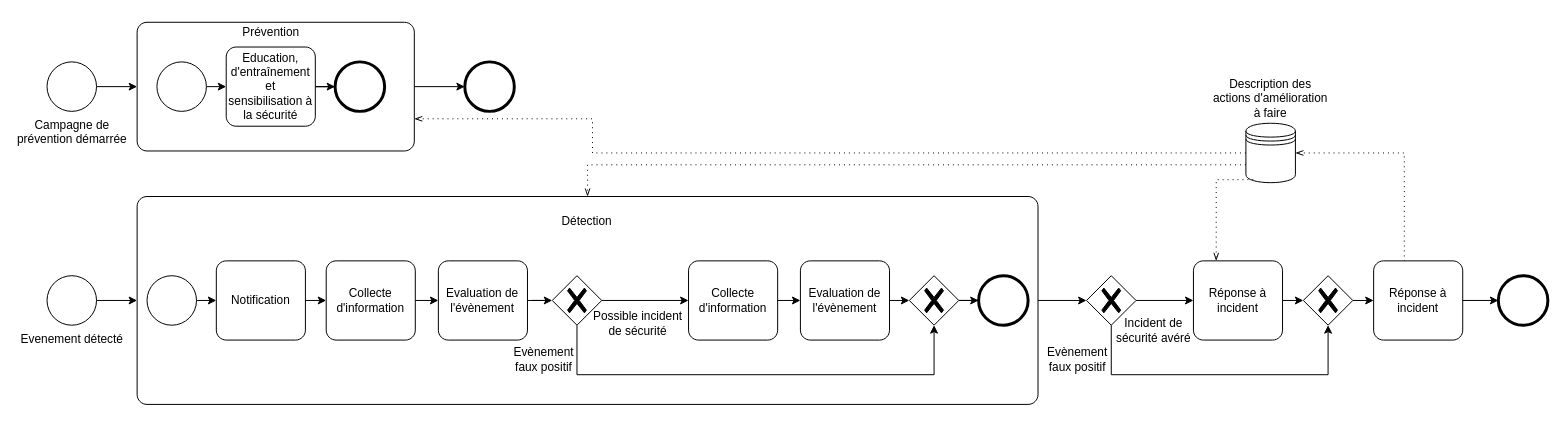
The draw.io diagram standards/ISO27035.drawio in netmme/cyber-diagramme-d-activites, before the edit. Source tidied: cells renumbered, new cells numbered last; positions are measured from the earlier drawing's top-left corner, leaving out a move shared by most shapes. Both pictures are drawn from the tidied source at 99%, with x=0, y=0 at pixel (47, 17).
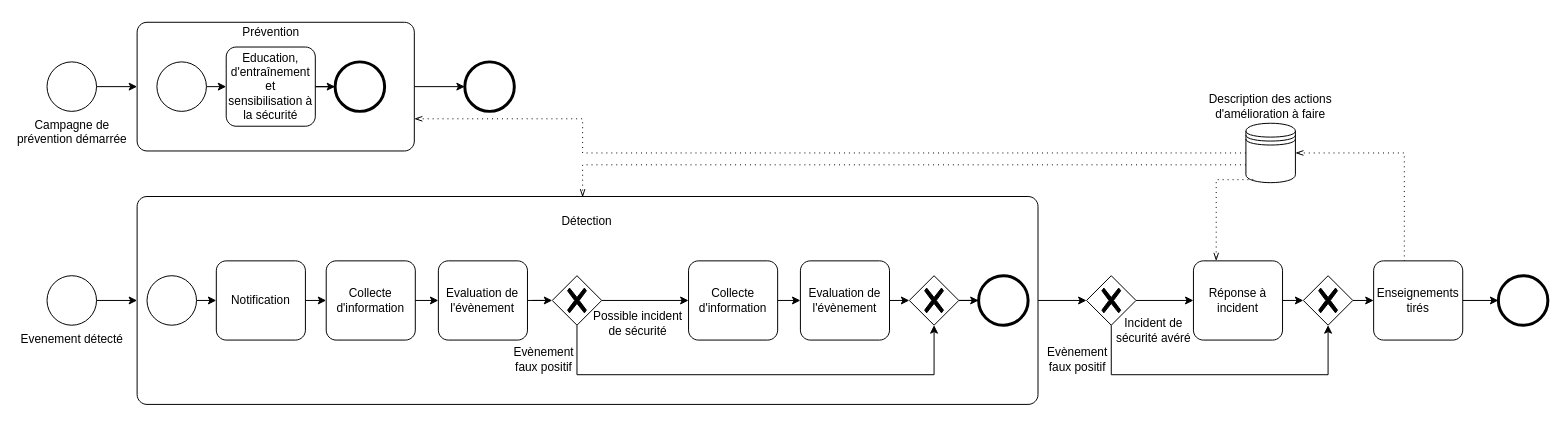
The same diagram, later.

The change refers to these unchanged cells:
```xml
<mxCell id="3" style="points=[[0.25,0,0],[0.5,0,0],[0.75,0,0],[1,0.25,0],[1,0.5,0],[1,0.75,0],[0.75,1,0],[0.5,1,0],[0.25,1,0],[0,0.75,0],[0,0.5,0],[0,0.25,0]];shape=mxgraph.bpmn.task;whiteSpace=wrap;rectStyle=rounded;size=10;html=1;taskMarker=abstract;" parent="1" vertex="1">
  <mxGeometry x="91" y="5" width="280" height="130" as="geometry" />
</mxCell>
<mxCell id="5" style="points=[[0.25,0,0],[0.5,0,0],[0.75,0,0],[1,0.25,0],[1,0.5,0],[1,0.75,0],[0.75,1,0],[0.5,1,0],[0.25,1,0],[0,0.75,0],[0,0.5,0],[0,0.25,0]];shape=mxgraph.bpmn.task;whiteSpace=wrap;rectStyle=rounded;size=10;html=1;taskMarker=abstract;" parent="1" vertex="1">
  <mxGeometry x="91" y="181" width="910" height="210" as="geometry" />
</mxCell>
<mxCell id="40" style="shape=datastore;html=1;labelPosition=center;verticalLabelPosition=bottom;align=center;verticalAlign=top;" parent="1" vertex="1">
  <mxGeometry x="1211" y="107" width="50" height="60" as="geometry" />
</mxCell>
```

What changed in the source:
```diff
@@
-    <mxCell id="42" style="edgeStyle=elbowEdgeStyle;fontSize=12;html=1;endFill=0;startFill=0;endSize=6;startSize=6;dashed=1;dashPattern=1 4;endArrow=openThin;startArrow=none;rounded=0;entryX=1;entryY=0.75;entryDx=0;entryDy=0;entryPerimeter=0;exitX=0;exitY=0.5;exitDx=0;exitDy=0;" parent="1" edge="1" source="40" target="3">
-      <mxGeometry relative="1" as="geometry">
-        <Array as="points">
-          <mxPoint x="551" y="115" />
-        </Array>
-      </mxGeometry>
-    </mxCell>
-    <mxCell id="43" style="edgeStyle=elbowEdgeStyle;fontSize=12;html=1;endFill=0;startFill=0;endSize=6;startSize=6;dashed=1;dashPattern=1 4;endArrow=openThin;startArrow=none;rounded=0;exitX=0;exitY=0.7;exitDx=0;exitDy=0;entryX=0.5;entryY=0;entryDx=0;entryDy=0;entryPerimeter=0;" parent="1" edge="1" source="40" target="5">
+    <mxCell id="43" style="edgeStyle=elbowEdgeStyle;fontSize=12;html=1;endFill=0;startFill=0;endSize=6;startSize=6;dashed=1;dashPattern=1 4;endArrow=openThin;startArrow=none;rounded=0;exitX=0;exitY=0.7;exitDx=0;exitDy=0;entryX=0.494;entryY=0.003;entryDx=0;entryDy=0;entryPerimeter=0;" parent="1" edge="1" source="40" target="5">
       <mxGeometry relative="1" as="geometry">
         <Array as="points">
-          <mxPoint x="546" y="165" />
+          <mxPoint x="541" y="165" />
         </Array>
       </mxGeometry>
     </mxCell>
@@
     <mxCell id="45" value="Description des actions d'amélioration à faire" style="text;html=1;strokeColor=none;fillColor=none;align=center;verticalAlign=middle;whiteSpace=wrap;rounded=0;" parent="1" vertex="1">
-      <mxGeometry x="1173.2" y="57" width="125.5" height="50" as="geometry" />
+      <mxGeometry x="1167.1" y="72" width="137.8" height="35" as="geometry" />
     </mxCell>
@@
-    <mxCell id="49" value="Réponse à incident" style="points=[[0.25,0,0],[0.5,0,0],[0.75,0,0],[1,0.25,0],[1,0.5,0],[1,0.75,0],[0.75,1,0],[0.5,1,0],[0.25,1,0],[0,0.75,0],[0,0.5,0],[0,0.25,0]];shape=mxgraph.bpmn.task;whiteSpace=wrap;rectStyle=rounded;size=10;html=1;taskMarker=abstract;" parent="1" vertex="1">
+    <mxCell id="49" value="Enseignements tirés" style="points=[[0.25,0,0],[0.5,0,0],[0.75,0,0],[1,0.25,0],[1,0.5,0],[1,0.75,0],[0.75,1,0],[0.5,1,0],[0.25,1,0],[0,0.75,0],[0,0.5,0],[0,0.25,0]];shape=mxgraph.bpmn.task;whiteSpace=wrap;rectStyle=rounded;size=10;html=1;taskMarker=abstract;" parent="1" vertex="1">
       <mxGeometry x="1340" y="246" width="90" height="80" as="geometry" />
     </mxCell>
@@
+    <mxCell id="42" style="edgeStyle=elbowEdgeStyle;fontSize=12;html=1;endFill=0;startFill=0;endSize=6;startSize=6;dashed=1;dashPattern=1 4;endArrow=openThin;startArrow=none;rounded=0;exitX=0;exitY=0.5;exitDx=0;exitDy=0;entryX=1;entryY=0.75;entryDx=0;entryDy=0;entryPerimeter=0;" parent="1" edge="1" source="40" target="3">
+      <mxGeometry relative="1" as="geometry">
+        <Array as="points">
+          <mxPoint x="541" y="125" />
+        </Array>
+      </mxGeometry>
+    </mxCell>
```
